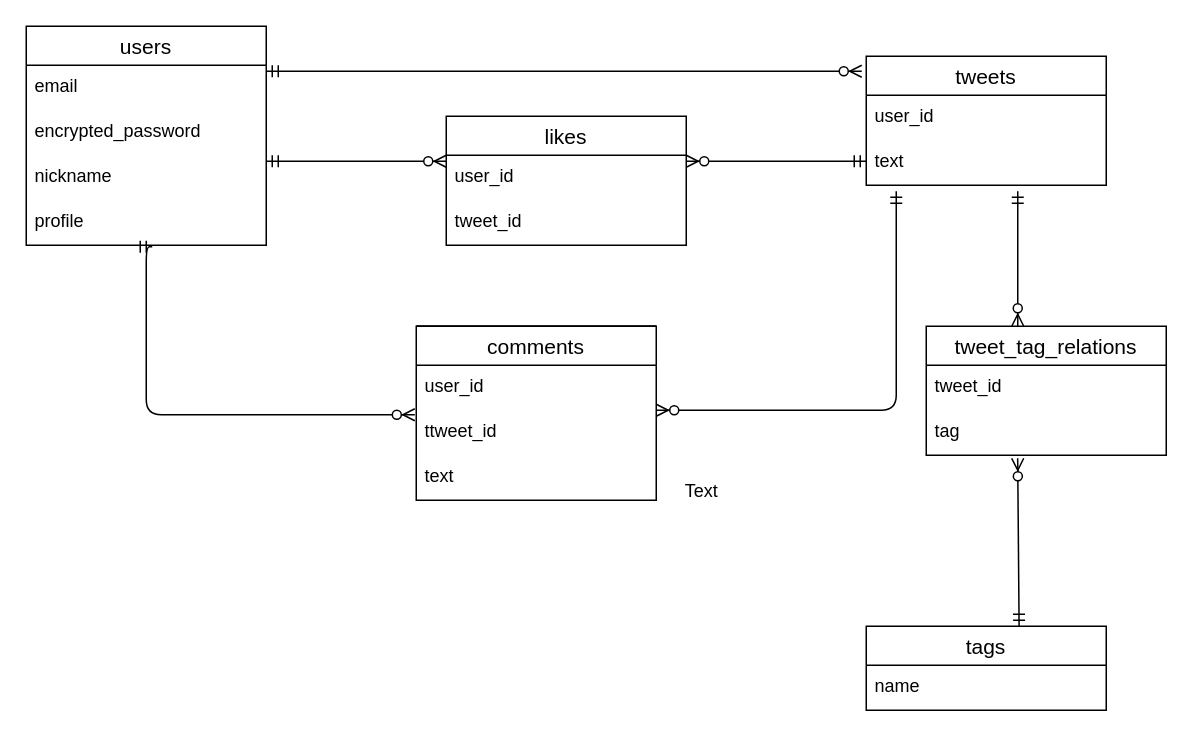
This is camp.dio from sryuri/camp-36995, a draw.io file, before an edit. Source tidied: cells renumbered, new cells numbered last; positions are measured from the earlier drawing's top-left corner, leaving out a move shared by most shapes. Both pictures are drawn from the tidied source at 150%, with x=0, y=0 at pixel (26, 26).
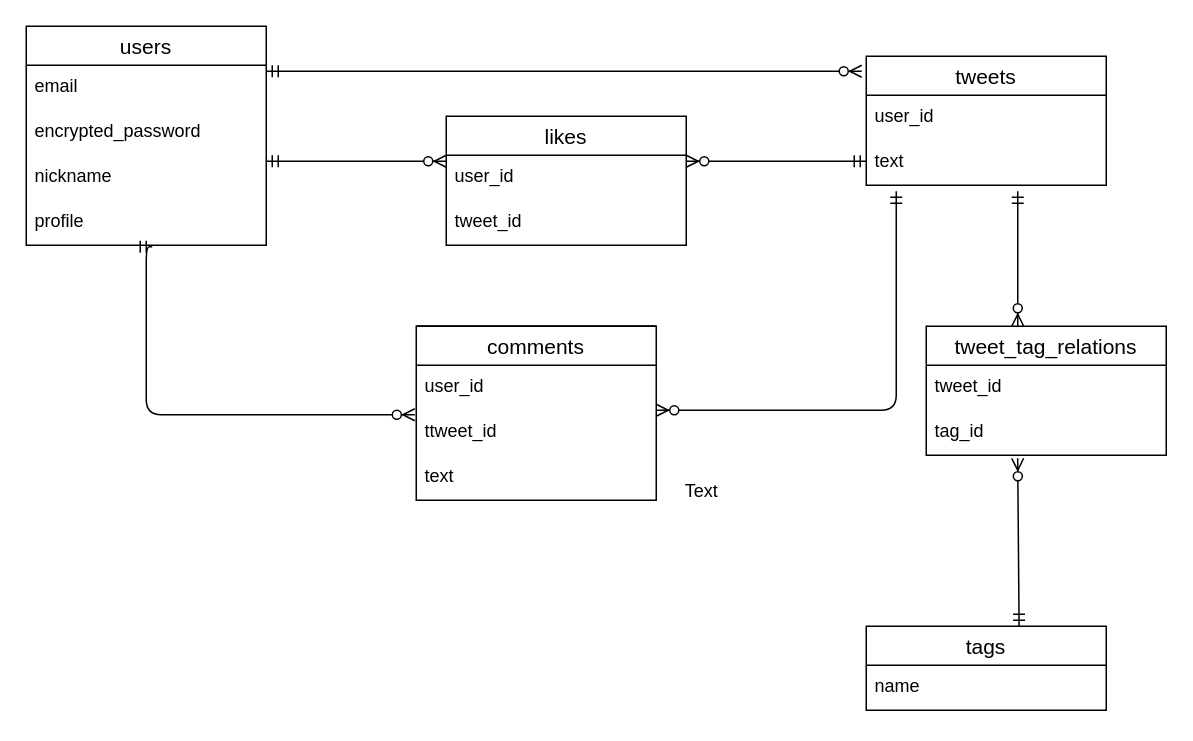
The same diagram, later.

The change refers to these unchanged cells:
```xml
<mxCell id="27" value="tweet_tag_relations" style="swimlane;fontStyle=0;horizontal=1;startSize=26;align=center;fontSize=14;" parent="1" vertex="1">
  <mxGeometry x="600" y="200" width="160" height="86" as="geometry" />
</mxCell>
```

Change to the diagram source:
```diff
@@
-    <mxCell id="29" value="tag" style="text;strokeColor=none;fillColor=none;spacingLeft=4;spacingRight=4;overflow=hidden;points=[[0,0.5],[1,0.5]];portConstraint=eastwest;fontSize=12;" parent="27" vertex="1">
+    <mxCell id="29" value="tag_id" style="text;strokeColor=none;fillColor=none;spacingLeft=4;spacingRight=4;overflow=hidden;points=[[0,0.5],[1,0.5]];portConstraint=eastwest;fontSize=12;" parent="27" vertex="1">
       <mxGeometry y="56" width="160" height="30" as="geometry" />
     </mxCell>
```
